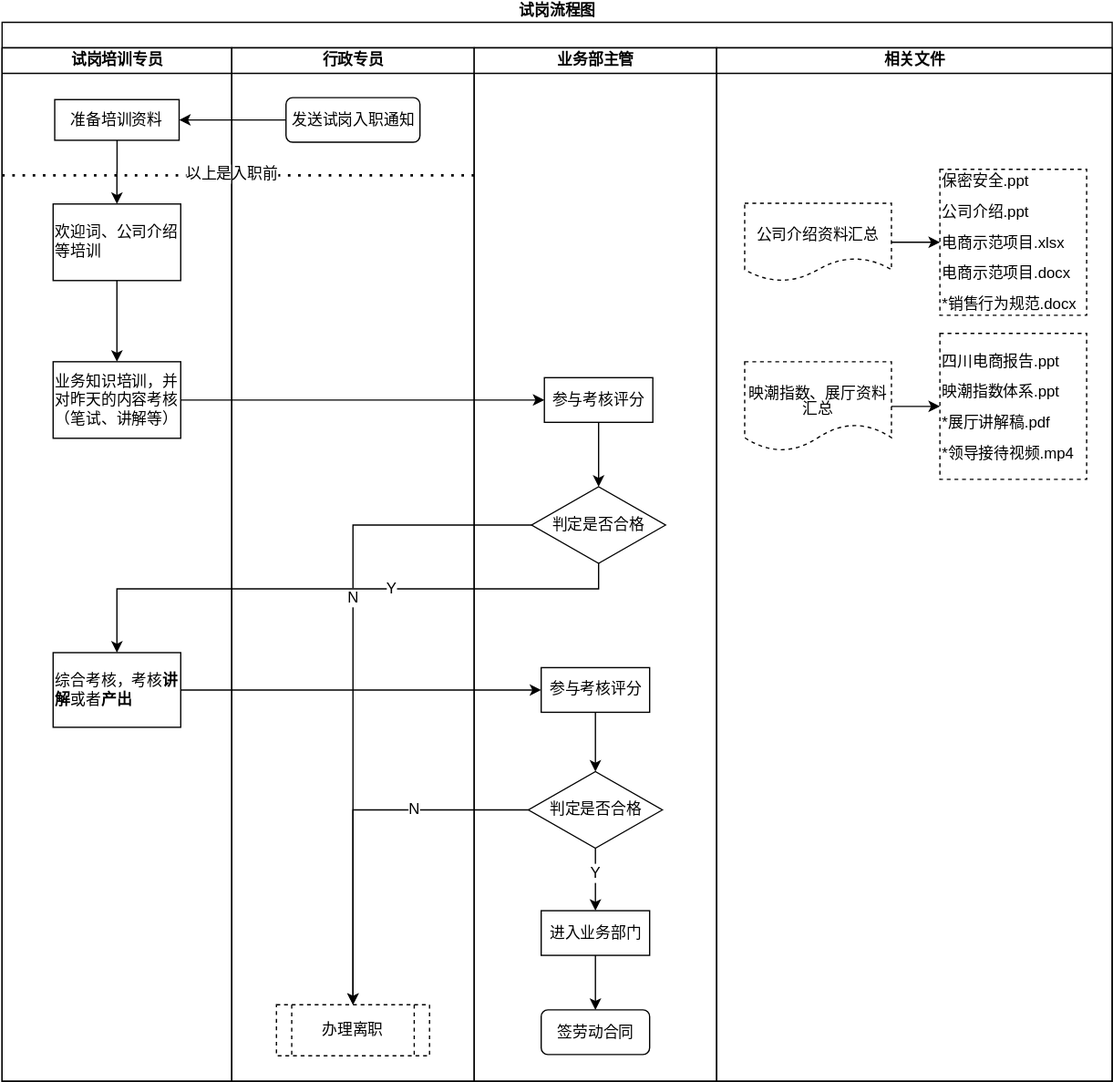
The draw.io diagram 试岗流程图.svg in imgwho/practice, before a commit. Source tidied: cells renumbered, new cells last; positions are measured from the earlier drawing's top-left corner, leaving out a move shared by most shapes.
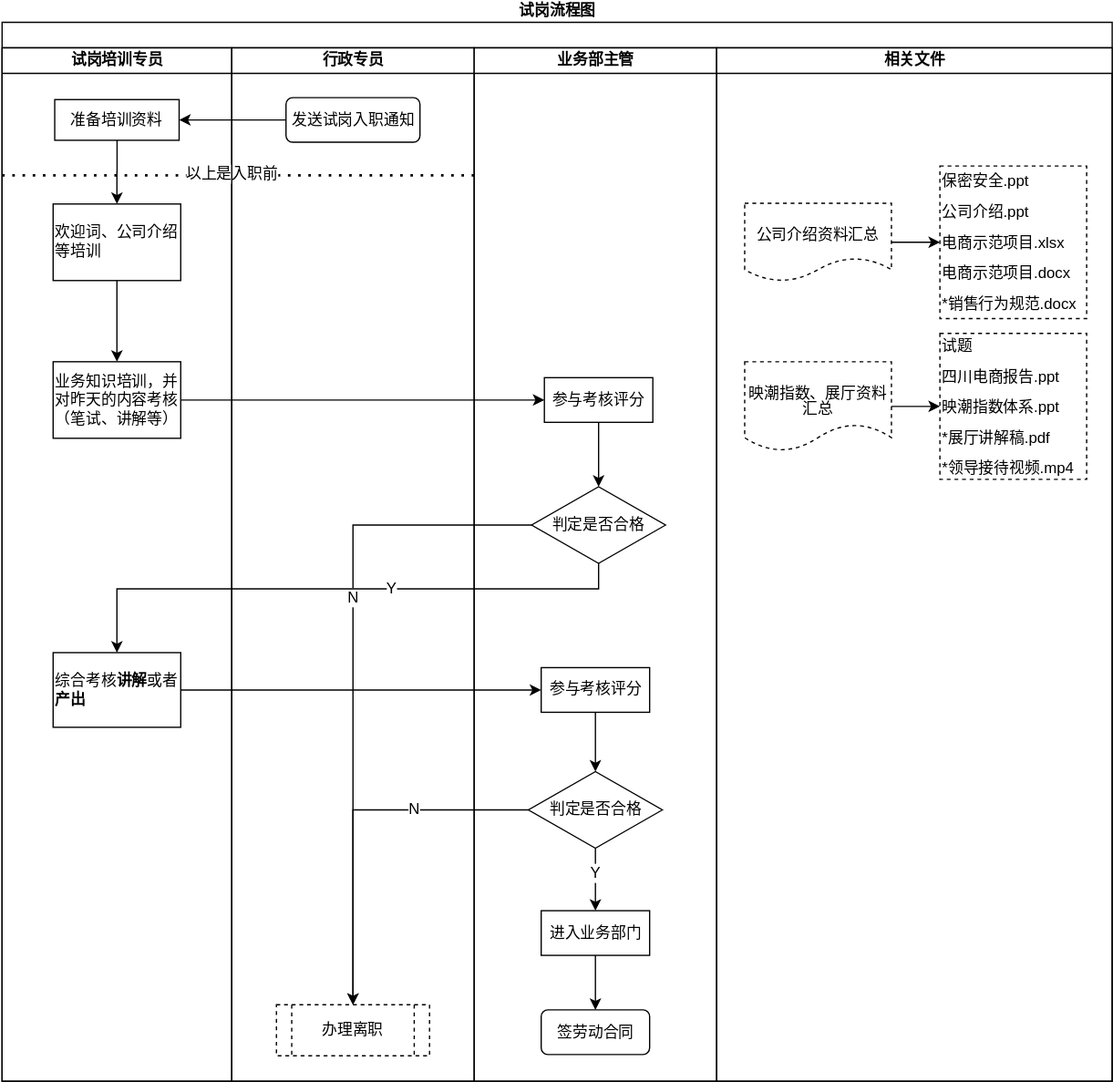
After the change.

Commit message:
更新试岗流程图.svg

Change to the diagram source:
```diff
@@ -34,7 +34,7 @@
     <mxCell id="10" value="业务知识培训，并对昨天的内容考核（笔试、讲解等）" style="rounded=0;whiteSpace=wrap;html=1;shadow=0;align=left;" parent="3" vertex="1">
       <mxGeometry x="40" y="246" width="100" height="60" as="geometry" />
     </mxCell>
-    <mxCell id="11" value="综合考核，考核&lt;b&gt;讲解&lt;/b&gt;或者&lt;b&gt;产出&lt;/b&gt;" style="rounded=0;whiteSpace=wrap;html=1;shadow=0;align=left;" parent="3" vertex="1">
+    <mxCell id="11" value="综合考核&lt;b&gt;讲解&lt;/b&gt;或者&lt;b&gt;产出&lt;/b&gt;" style="rounded=0;whiteSpace=wrap;html=1;shadow=0;align=left;" parent="3" vertex="1">
       <mxGeometry x="40" y="474" width="100" height="58.5" as="geometry" />
     </mxCell>
     <mxCell id="12" value="行政专员" style="swimlane;html=1;startSize=20;" parent="2" vertex="1">
@@ -136,10 +136,10 @@
     <mxCell id="40" value="&lt;p style=&quot;line-height: 100%&quot;&gt;映潮指数、展厅资料汇总&lt;br&gt;&lt;/p&gt;" style="shape=document;whiteSpace=wrap;html=1;boundedLbl=1;glass=0;dashed=1;strokeColor=#000000;fillColor=#ffffff;align=center;labelPosition=center;verticalLabelPosition=middle;verticalAlign=top;spacing=2;" parent="36" vertex="1">
       <mxGeometry x="22" y="246" width="115" height="70" as="geometry" />
     </mxCell>
-    <mxCell id="41" value="&lt;p style=&quot;line-height: 12px&quot;&gt;保密安全.ppt&lt;/p&gt;&lt;p style=&quot;line-height: 12px&quot;&gt;公司介绍.ppt&lt;/p&gt;&lt;p style=&quot;line-height: 12px&quot;&gt;电商示范项目.xlsx&lt;br&gt;&lt;/p&gt;&lt;p style=&quot;line-height: 12px&quot;&gt;电商示范项目.docx&lt;/p&gt;&lt;p style=&quot;line-height: 12px&quot;&gt;*销售行为规范.docx&lt;/p&gt;" style="html=1;glass=0;dashed=1;strokeColor=#000000;fillColor=#ffffff;align=left;rounded=0;" parent="36" vertex="1">
-      <mxGeometry x="175" y="95.2" width="115" height="114.4" as="geometry" />
+    <mxCell id="41" value="&lt;p style=&quot;line-height: 12px&quot;&gt;&lt;span&gt;保密安全.ppt&lt;/span&gt;&lt;br&gt;&lt;/p&gt;&lt;p style=&quot;line-height: 12px&quot;&gt;公司介绍.ppt&lt;/p&gt;&lt;p style=&quot;line-height: 12px&quot;&gt;电商示范项目.xlsx&lt;br&gt;&lt;/p&gt;&lt;p style=&quot;line-height: 12px&quot;&gt;电商示范项目.docx&lt;/p&gt;&lt;p style=&quot;line-height: 12px&quot;&gt;*销售行为规范.docx&lt;/p&gt;" style="html=1;glass=0;dashed=1;strokeColor=#000000;fillColor=#ffffff;align=left;rounded=0;" parent="36" vertex="1">
+      <mxGeometry x="175" y="92.6" width="115" height="119.6" as="geometry" />
     </mxCell>
-    <mxCell id="42" value="&lt;p style=&quot;line-height: 12px&quot;&gt;四川电商报告.ppt&lt;/p&gt;&lt;p style=&quot;line-height: 12px&quot;&gt;映潮指数体系.ppt&lt;/p&gt;&lt;p style=&quot;line-height: 12px&quot;&gt;*展厅讲解稿.pdf&lt;br&gt;&lt;/p&gt;&lt;p style=&quot;line-height: 12px&quot;&gt;*领导接待视频.mp4&lt;/p&gt;" style="html=1;glass=0;dashed=1;strokeColor=#000000;fillColor=#ffffff;align=left;rounded=0;" parent="36" vertex="1">
+    <mxCell id="42" value="&lt;p style=&quot;line-height: 12px&quot;&gt;试题&lt;/p&gt;&lt;p style=&quot;line-height: 12px&quot;&gt;四川电商报告.ppt&lt;/p&gt;&lt;p style=&quot;line-height: 12px&quot;&gt;映潮指数体系.ppt&lt;/p&gt;&lt;p style=&quot;line-height: 12px&quot;&gt;*展厅讲解稿.pdf&lt;br&gt;&lt;/p&gt;&lt;p style=&quot;line-height: 12px&quot;&gt;*领导接待视频.mp4&lt;/p&gt;" style="html=1;glass=0;dashed=1;strokeColor=#000000;fillColor=#ffffff;align=left;rounded=0;" parent="36" vertex="1">
       <mxGeometry x="175" y="223.8" width="115" height="114.4" as="geometry" />
     </mxCell>
   </root>
```
